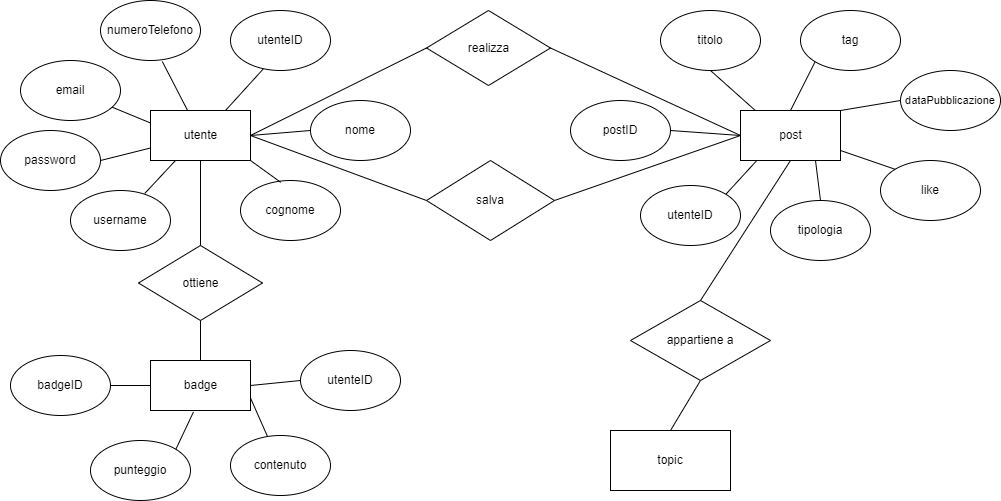
Before: Database/modello concettuale.drawio.png, a diagram exported from draw.io (alex-demarco-0/artform). Source tidied: cells renumbered, new cells last; positions are measured from the earlier drawing's top-left corner, leaving out a move shared by most shapes. Its diagram source:
```xml
<mxGraphModel>
  <root>
    <mxCell id="0" />
    <mxCell id="1" parent="0" />
    <mxCell id="2" value="utente" style="html=1;dashed=0;whitespace=wrap;" parent="1" vertex="1">
      <mxGeometry x="150" y="110" width="100" height="50" as="geometry" />
    </mxCell>
    <mxCell id="3" value="utenteID" style="ellipse;whiteSpace=wrap;html=1;" parent="1" vertex="1">
      <mxGeometry x="230" y="10" width="100" height="60" as="geometry" />
    </mxCell>
    <mxCell id="4" value="password" style="ellipse;whiteSpace=wrap;html=1;" parent="1" vertex="1">
      <mxGeometry y="130" width="100" height="60" as="geometry" />
    </mxCell>
    <mxCell id="5" value="email" style="ellipse;whiteSpace=wrap;html=1;" parent="1" vertex="1">
      <mxGeometry x="20" y="60" width="100" height="60" as="geometry" />
    </mxCell>
    <mxCell id="6" value="nome" style="ellipse;whiteSpace=wrap;html=1;" parent="1" vertex="1">
      <mxGeometry x="310" y="100" width="100" height="60" as="geometry" />
    </mxCell>
    <mxCell id="7" value="numeroTelefono" style="ellipse;whiteSpace=wrap;html=1;" parent="1" vertex="1">
      <mxGeometry x="100" width="100" height="60" as="geometry" />
    </mxCell>
    <mxCell id="8" value="cognome" style="ellipse;whiteSpace=wrap;html=1;" parent="1" vertex="1">
      <mxGeometry x="240" y="180" width="100" height="60" as="geometry" />
    </mxCell>
    <mxCell id="9" value="username" style="ellipse;whiteSpace=wrap;html=1;" parent="1" vertex="1">
      <mxGeometry x="70" y="190" width="100" height="60" as="geometry" />
    </mxCell>
    <mxCell id="10" value="post" style="html=1;whitespace=wrap;" parent="1" vertex="1">
      <mxGeometry x="740" y="110" width="100" height="50" as="geometry" />
    </mxCell>
    <mxCell id="11" value="utenteID" style="ellipse;whiteSpace=wrap;html=1;" parent="1" vertex="1">
      <mxGeometry x="640" y="185" width="100" height="60" as="geometry" />
    </mxCell>
    <mxCell id="12" value="tipologia" style="ellipse;whiteSpace=wrap;html=1;" parent="1" vertex="1">
      <mxGeometry x="770" y="200" width="100" height="60" as="geometry" />
    </mxCell>
    <mxCell id="13" value="like" style="ellipse;whiteSpace=wrap;html=1;" parent="1" vertex="1">
      <mxGeometry x="880" y="160" width="100" height="60" as="geometry" />
    </mxCell>
    <mxCell id="14" value="tag" style="ellipse;whiteSpace=wrap;html=1;" parent="1" vertex="1">
      <mxGeometry x="800" y="10" width="100" height="60" as="geometry" />
    </mxCell>
    <mxCell id="15" value="postID" style="ellipse;whiteSpace=wrap;html=1;" parent="1" vertex="1">
      <mxGeometry x="570" y="100" width="100" height="60" as="geometry" />
    </mxCell>
    <mxCell id="16" value="titolo" style="ellipse;whiteSpace=wrap;html=1;" parent="1" vertex="1">
      <mxGeometry x="660" y="10" width="100" height="60" as="geometry" />
    </mxCell>
    <mxCell id="17" value="badge" style="html=1;dashed=0;whitespace=wrap;" parent="1" vertex="1">
      <mxGeometry x="150" y="360" width="100" height="50" as="geometry" />
    </mxCell>
    <mxCell id="18" value="utenteID" style="ellipse;whiteSpace=wrap;html=1;" parent="1" vertex="1">
      <mxGeometry x="300" y="350" width="100" height="60" as="geometry" />
    </mxCell>
    <mxCell id="19" value="contenuto" style="ellipse;whiteSpace=wrap;html=1;" parent="1" vertex="1">
      <mxGeometry x="230" y="435" width="100" height="60" as="geometry" />
    </mxCell>
    <mxCell id="20" value="punteggio" style="ellipse;whiteSpace=wrap;html=1;" parent="1" vertex="1">
      <mxGeometry x="90" y="440" width="100" height="60" as="geometry" />
    </mxCell>
    <mxCell id="21" value="badgeID" style="ellipse;whiteSpace=wrap;html=1;" parent="1" vertex="1">
      <mxGeometry x="10" y="355" width="100" height="60" as="geometry" />
    </mxCell>
    <mxCell id="22" value="realizza" style="shape=rhombus;html=1;dashed=0;whitespace=wrap;perimeter=rhombusPerimeter;" parent="1" vertex="1">
      <mxGeometry x="426" y="10" width="124" height="75" as="geometry" />
    </mxCell>
    <mxCell id="23" value="ottiene" style="shape=rhombus;html=1;dashed=0;whitespace=wrap;perimeter=rhombusPerimeter;" parent="1" vertex="1">
      <mxGeometry x="138" y="245" width="124" height="75" as="geometry" />
    </mxCell>
    <mxCell id="24" style="endArrow=none;html=1;rounded=0;entryX=0.5;entryY=1;entryDx=0;entryDy=0;exitX=0.5;exitY=0;exitDx=0;exitDy=0;" parent="1" edge="1" source="23" target="2">
      <mxGeometry relative="1" as="geometry" />
    </mxCell>
    <mxCell id="25" style="endArrow=none;html=1;rounded=0;entryX=0.5;entryY=1;entryDx=0;entryDy=0;exitX=0.5;exitY=0;exitDx=0;exitDy=0;" parent="1" edge="1" source="17" target="23">
      <mxGeometry relative="1" as="geometry" />
    </mxCell>
    <mxCell id="26" style="endArrow=none;html=1;rounded=0;entryX=0;entryY=0.5;entryDx=0;entryDy=0;exitX=1;exitY=0.5;exitDx=0;exitDy=0;" parent="1" edge="1" source="2" target="6">
      <mxGeometry relative="1" as="geometry" />
    </mxCell>
    <mxCell id="27" style="endArrow=none;html=1;rounded=0;entryX=0.326;entryY=0.977;entryDx=0;entryDy=0;entryPerimeter=0;exitX=0.75;exitY=0;exitDx=0;exitDy=0;" parent="1" edge="1" source="2" target="3">
      <mxGeometry relative="1" as="geometry" />
    </mxCell>
    <mxCell id="28" style="endArrow=none;html=1;rounded=0;entryX=0.618;entryY=1.017;entryDx=0;entryDy=0;entryPerimeter=0;" parent="1" edge="1" source="2" target="7">
      <mxGeometry relative="1" as="geometry" />
    </mxCell>
    <mxCell id="29" style="endArrow=none;html=1;rounded=0;exitX=0;exitY=0.25;exitDx=0;exitDy=0;" parent="1" edge="1" source="2" target="5">
      <mxGeometry relative="1" as="geometry" />
    </mxCell>
    <mxCell id="30" style="endArrow=none;html=1;rounded=0;entryX=1;entryY=0.5;entryDx=0;entryDy=0;exitX=0;exitY=0.75;exitDx=0;exitDy=0;" parent="1" edge="1" source="2" target="4">
      <mxGeometry relative="1" as="geometry" />
    </mxCell>
    <mxCell id="31" style="endArrow=none;html=1;rounded=0;entryX=1;entryY=1;entryDx=0;entryDy=0;exitX=0.402;exitY=0.03;exitDx=0;exitDy=0;exitPerimeter=0;" parent="1" edge="1" source="8" target="2">
      <mxGeometry relative="1" as="geometry" />
    </mxCell>
    <mxCell id="32" style="endArrow=none;html=1;rounded=0;entryX=0.25;entryY=1;entryDx=0;entryDy=0;exitX=0.742;exitY=0.05;exitDx=0;exitDy=0;exitPerimeter=0;" parent="1" edge="1" source="9" target="2">
      <mxGeometry relative="1" as="geometry" />
    </mxCell>
    <mxCell id="33" style="endArrow=none;html=1;rounded=0;entryX=0;entryY=0.5;entryDx=0;entryDy=0;exitX=1;exitY=0.5;exitDx=0;exitDy=0;" parent="1" edge="1" source="17" target="18">
      <mxGeometry relative="1" as="geometry" />
    </mxCell>
    <mxCell id="34" style="endArrow=none;html=1;rounded=0;exitX=1;exitY=0.75;exitDx=0;exitDy=0;" parent="1" edge="1" source="17" target="19">
      <mxGeometry relative="1" as="geometry" />
    </mxCell>
    <mxCell id="35" style="endArrow=none;html=1;rounded=0;entryX=0.43;entryY=1.028;entryDx=0;entryDy=0;entryPerimeter=0;exitX=1;exitY=0;exitDx=0;exitDy=0;" parent="1" edge="1" source="20" target="17">
      <mxGeometry relative="1" as="geometry" />
    </mxCell>
    <mxCell id="36" style="endArrow=none;html=1;rounded=0;entryX=0;entryY=0.5;entryDx=0;entryDy=0;exitX=1;exitY=0.5;exitDx=0;exitDy=0;" parent="1" edge="1" source="21" target="17">
      <mxGeometry relative="1" as="geometry" />
    </mxCell>
    <mxCell id="37" style="endArrow=none;html=1;rounded=0;entryX=0.163;entryY=1;entryDx=0;entryDy=0;exitX=1;exitY=0;exitDx=0;exitDy=0;entryPerimeter=0;" parent="1" edge="1" source="11" target="10">
      <mxGeometry relative="1" as="geometry" />
    </mxCell>
    <mxCell id="38" style="endArrow=none;html=1;rounded=0;entryX=0.75;entryY=1;entryDx=0;entryDy=0;exitX=0.5;exitY=0;exitDx=0;exitDy=0;" parent="1" edge="1" source="12" target="10">
      <mxGeometry relative="1" as="geometry" />
    </mxCell>
    <mxCell id="39" style="endArrow=none;html=1;rounded=0;entryX=0;entryY=0.5;entryDx=0;entryDy=0;exitX=1;exitY=0.5;exitDx=0;exitDy=0;" parent="1" edge="1" source="15" target="10">
      <mxGeometry relative="1" as="geometry" />
    </mxCell>
    <mxCell id="40" style="endArrow=none;html=1;rounded=0;entryX=0.147;entryY=-0.002;entryDx=0;entryDy=0;exitX=0.5;exitY=1;exitDx=0;exitDy=0;entryPerimeter=0;" parent="1" edge="1" source="16" target="10">
      <mxGeometry relative="1" as="geometry" />
    </mxCell>
    <mxCell id="41" style="endArrow=none;html=1;rounded=0;entryX=0;entryY=1;entryDx=0;entryDy=0;exitX=0.5;exitY=0;exitDx=0;exitDy=0;" parent="1" edge="1" source="10" target="14">
      <mxGeometry relative="1" as="geometry" />
    </mxCell>
    <mxCell id="42" style="endArrow=none;html=1;rounded=0;entryX=0;entryY=0;entryDx=0;entryDy=0;" parent="1" edge="1" target="13">
      <mxGeometry relative="1" as="geometry">
        <mxPoint x="840" y="150" as="sourcePoint" />
      </mxGeometry>
    </mxCell>
    <mxCell id="43" value="&lt;font style=&quot;font-size: 11px&quot;&gt;dataPubblicazione&lt;/font&gt;" style="ellipse;whiteSpace=wrap;html=1;" parent="1" vertex="1">
      <mxGeometry x="900" y="70" width="100" height="60" as="geometry" />
    </mxCell>
    <mxCell id="44" style="endArrow=none;html=1;rounded=0;entryX=1;entryY=0;entryDx=0;entryDy=0;exitX=0;exitY=0.5;exitDx=0;exitDy=0;" parent="1" edge="1" source="43" target="10">
      <mxGeometry relative="1" as="geometry" />
    </mxCell>
    <mxCell id="45" style="endArrow=none;html=1;rounded=0;entryX=0;entryY=0.5;entryDx=0;entryDy=0;exitX=1;exitY=0.5;exitDx=0;exitDy=0;" parent="1" edge="1" source="2" target="22">
      <mxGeometry relative="1" as="geometry" />
    </mxCell>
    <mxCell id="46" style="endArrow=none;html=1;rounded=0;entryX=1;entryY=0.5;entryDx=0;entryDy=0;exitX=0;exitY=0.5;exitDx=0;exitDy=0;" parent="1" edge="1" source="10" target="22">
      <mxGeometry relative="1" as="geometry" />
    </mxCell>
    <mxCell id="47" value="salva" style="rhombus;whiteSpace=wrap;html=1;" parent="1" vertex="1">
      <mxGeometry x="426" y="160" width="128" height="80" as="geometry" />
    </mxCell>
    <mxCell id="48" style="endArrow=none;html=1;rounded=0;entryX=1;entryY=0.5;entryDx=0;entryDy=0;exitX=0;exitY=0.5;exitDx=0;exitDy=0;" parent="1" edge="1" source="10" target="47">
      <mxGeometry relative="1" as="geometry" />
    </mxCell>
    <mxCell id="49" style="endArrow=none;html=1;rounded=0;exitX=1;exitY=0.5;exitDx=0;exitDy=0;entryX=0;entryY=0.5;entryDx=0;entryDy=0;" parent="1" edge="1" source="2" target="47">
      <mxGeometry relative="1" as="geometry" />
    </mxCell>
    <mxCell id="50" style="endArrow=none;html=1;rounded=0;exitX=0.5;exitY=0;exitDx=0;exitDy=0;entryX=0.5;entryY=1;entryDx=0;entryDy=0;" parent="1" edge="1" source="51" target="52">
      <mxGeometry relative="1" as="geometry" />
    </mxCell>
    <mxCell id="51" value="topic" style="rounded=0;whiteSpace=wrap;html=1;" parent="1" vertex="1">
      <mxGeometry x="610" y="430" width="120" height="60" as="geometry" />
    </mxCell>
    <mxCell id="52" value="appartiene a" style="rhombus;whiteSpace=wrap;html=1;" parent="1" vertex="1">
      <mxGeometry x="630" y="300" width="140" height="80" as="geometry" />
    </mxCell>
    <mxCell id="53" style="endArrow=none;html=1;rounded=0;entryX=0.5;entryY=1;entryDx=0;entryDy=0;exitX=0.5;exitY=0;exitDx=0;exitDy=0;" parent="1" edge="1" source="52" target="10">
      <mxGeometry relative="1" as="geometry" />
    </mxCell>
  </root>
</mxGraphModel>
```
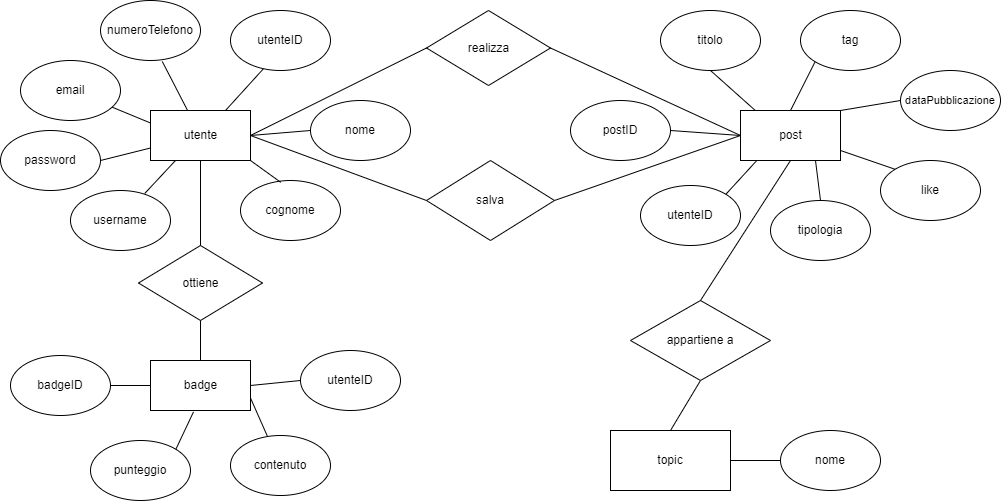
Later version of the same file.

What changed in the source:
```diff
@@ -160,5 +160,11 @@
     <mxCell id="53" style="endArrow=none;html=1;rounded=0;entryX=0.5;entryY=1;entryDx=0;entryDy=0;exitX=0.5;exitY=0;exitDx=0;exitDy=0;" parent="1" edge="1" source="52" target="10">
       <mxGeometry relative="1" as="geometry" />
     </mxCell>
+    <mxCell id="54" value="nome" style="ellipse;whiteSpace=wrap;html=1;" parent="1" vertex="1">
+      <mxGeometry x="780" y="430" width="100" height="60" as="geometry" />
+    </mxCell>
+    <mxCell id="55" style="endArrow=none;html=1;rounded=0;entryX=0;entryY=0.5;entryDx=0;entryDy=0;exitX=1;exitY=0.5;exitDx=0;exitDy=0;" parent="1" edge="1" source="51" target="54">
+      <mxGeometry relative="1" as="geometry" />
+    </mxCell>
   </root>
 </mxGraphModel>
```
